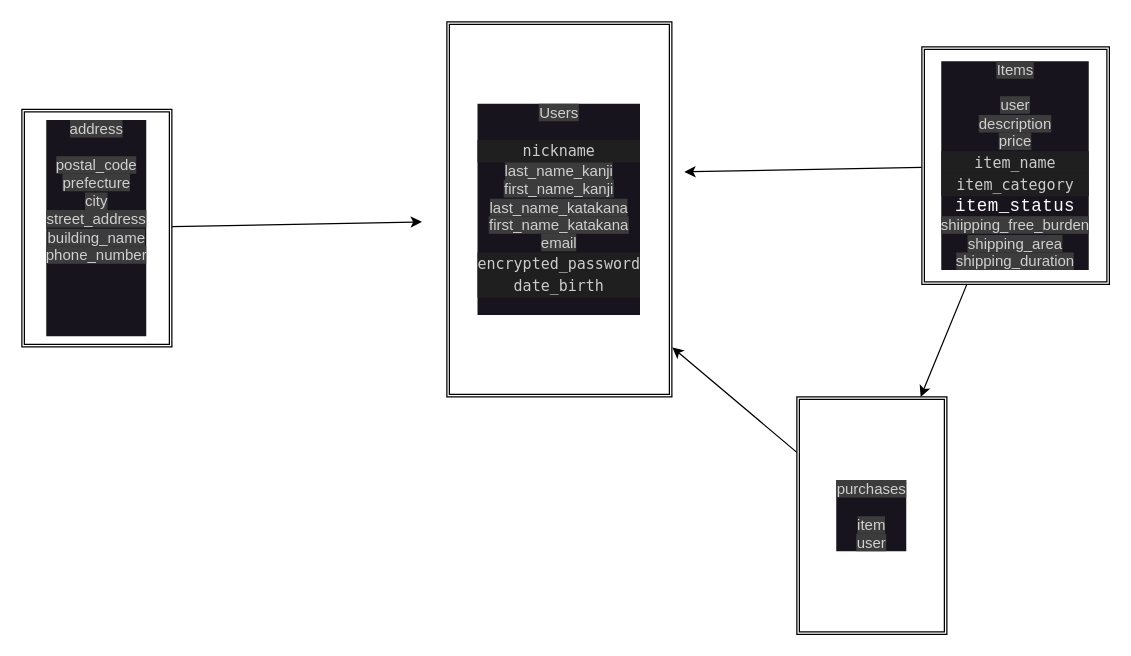
Above: ER.dio in Ebisawa1016/furima-40312 (draw.io), before the change. Source tidied: cells renumbered, new cells numbered last; positions are measured from the earlier drawing's top-left corner, leaving out a move shared by most shapes. Both pictures are drawn from the tidied source at 125%, with x=0, y=0 at pixel (21, 21).
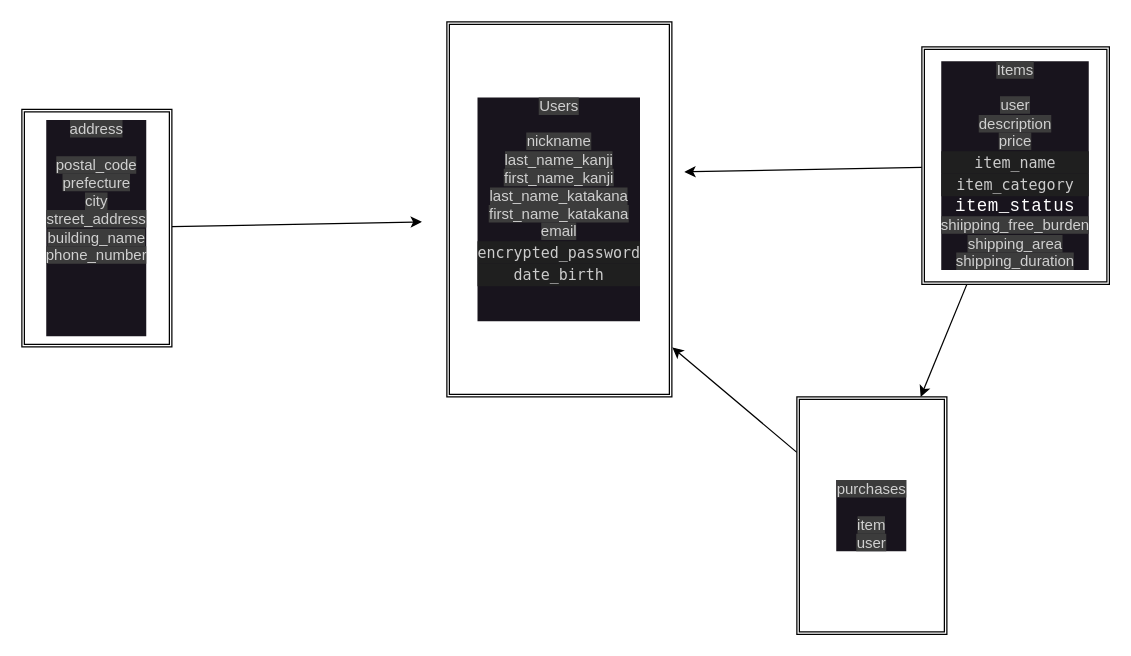
Above is the later version.

What changed in the source:
```diff
@@
 <mxGraphModel>
   <root>
     <mxCell id="0" />
     <mxCell id="1" parent="0" />
-    <mxCell id="2" value="&lt;font color=&quot;#d0d0d0&quot;&gt;&lt;span style=&quot;background-color: rgb(60, 60, 60);&quot;&gt;Users&lt;br&gt;&lt;br&gt;&lt;/span&gt;&lt;/font&gt;&lt;div style=&quot;color: rgb(204, 204, 204); background-color: rgb(31, 31, 31); font-family: Menlo, Monaco, &amp;quot;Courier New&amp;quot;, monospace; line-height: 18px;&quot;&gt;nickname&lt;/div&gt;&lt;font color=&quot;#d0d0d0&quot;&gt;&lt;span style=&quot;background-color: rgb(60, 60, 60);&quot;&gt;last_name_kanji&lt;br&gt;first_name_kanji&lt;br&gt;last_name_katakana&lt;br&gt;first_name_katakana&lt;br&gt;&lt;/span&gt;&lt;/font&gt;&lt;font color=&quot;#d0d0d0&quot;&gt;&lt;span style=&quot;background-color: rgb(60, 60, 60);&quot;&gt;email&lt;br&gt;&lt;/span&gt;&lt;/font&gt;&lt;div style=&quot;color: rgb(204, 204, 204); background-color: rgb(31, 31, 31); font-family: Menlo, Monaco, &amp;quot;Courier New&amp;quot;, monospace; line-height: 18px;&quot;&gt;encrypted_password&lt;/div&gt;&lt;div style=&quot;color: rgb(204, 204, 204); background-color: rgb(31, 31, 31); font-family: Menlo, Monaco, &amp;quot;Courier New&amp;quot;, monospace; line-height: 18px;&quot;&gt;&lt;div style=&quot;line-height: 18px;&quot;&gt;date_birth&lt;/div&gt;&lt;/div&gt;&lt;font color=&quot;#d0d0d0&quot;&gt;&lt;span style=&quot;background-color: rgb(60, 60, 60);&quot;&gt;&lt;br&gt;&lt;/span&gt;&lt;/font&gt;" style="shape=ext;double=1;rounded=0;whiteSpace=wrap;html=1;labelBackgroundColor=#18141D;" parent="1" vertex="1">
+    <mxCell id="2" value="&lt;font color=&quot;#d0d0d0&quot;&gt;&lt;span style=&quot;background-color: rgb(60, 60, 60);&quot;&gt;Users&lt;br&gt;&lt;br&gt;nickname&lt;br&gt;last_name_kanji&lt;br&gt;first_name_kanji&lt;br&gt;last_name_katakana&lt;br&gt;first_name_katakana&lt;br&gt;&lt;/span&gt;&lt;/font&gt;&lt;font color=&quot;#d0d0d0&quot;&gt;&lt;span style=&quot;background-color: rgb(60, 60, 60);&quot;&gt;email&lt;br&gt;&lt;/span&gt;&lt;/font&gt;&lt;div style=&quot;color: rgb(204, 204, 204); background-color: rgb(31, 31, 31); font-family: Menlo, Monaco, &amp;quot;Courier New&amp;quot;, monospace; line-height: 18px;&quot;&gt;encrypted_password&lt;/div&gt;&lt;div style=&quot;color: rgb(204, 204, 204); background-color: rgb(31, 31, 31); font-family: Menlo, Monaco, &amp;quot;Courier New&amp;quot;, monospace; line-height: 18px;&quot;&gt;&lt;div style=&quot;line-height: 18px;&quot;&gt;date_birth&lt;/div&gt;&lt;/div&gt;&lt;font color=&quot;#d0d0d0&quot;&gt;&lt;span style=&quot;background-color: rgb(60, 60, 60);&quot;&gt;&lt;br&gt;&lt;br&gt;&lt;/span&gt;&lt;/font&gt;" style="shape=ext;double=1;rounded=0;whiteSpace=wrap;html=1;labelBackgroundColor=#18141D;" parent="1" vertex="1">
       <mxGeometry x="340" width="180" height="300" as="geometry" />
     </mxCell>
     <mxCell id="3" style="edgeStyle=none;html=1;" parent="1" edge="1" source="5">
       <mxGeometry relative="1" as="geometry">
         <mxPoint x="530" y="120" as="targetPoint" />
       </mxGeometry>
     </mxCell>
     <mxCell id="4" style="edgeStyle=none;html=1;" parent="1" edge="1" source="5" target="9">
       <mxGeometry relative="1" as="geometry" />
     </mxCell>
     <mxCell id="5" value="&lt;font color=&quot;#d0d0d0&quot;&gt;&lt;span style=&quot;background-color: rgb(60, 60, 60);&quot;&gt;Items&lt;br&gt;&lt;br&gt;user&lt;br&gt;description&lt;br&gt;price&lt;br&gt;&lt;/span&gt;&lt;/font&gt;&lt;div style=&quot;color: rgb(204, 204, 204); background-color: rgb(31, 31, 31); font-family: Menlo, Monaco, &amp;quot;Courier New&amp;quot;, monospace; line-height: 18px;&quot;&gt;item_name&lt;/div&gt;&lt;div style=&quot;color: rgb(204, 204, 204); background-color: rgb(31, 31, 31); font-family: Menlo, Monaco, &amp;quot;Courier New&amp;quot;, monospace; line-height: 18px;&quot;&gt;item_category&lt;/div&gt;&lt;span style=&quot;font-family: monospace; font-size: 14px; letter-spacing: 0.32px; text-align: left;&quot;&gt;&lt;font color=&quot;#ffffff&quot;&gt;item_status&lt;br&gt;&lt;/font&gt;&lt;/span&gt;&lt;font color=&quot;#d0d0d0&quot;&gt;&lt;span style=&quot;background-color: rgb(60, 60, 60);&quot;&gt;shiipping_free_burden&lt;br&gt;shipping_area&lt;br&gt;shipping_duration&lt;br&gt;&lt;/span&gt;&lt;/font&gt;" style="shape=ext;double=1;rounded=0;whiteSpace=wrap;html=1;labelBackgroundColor=#18141D;" parent="1" vertex="1">
       <mxGeometry x="720" y="20" width="150" height="190" as="geometry" />
     </mxCell>
     <mxCell id="6" style="edgeStyle=none;html=1;" parent="1" edge="1" source="7">
       <mxGeometry relative="1" as="geometry">
         <mxPoint x="320" y="160" as="targetPoint" />
       </mxGeometry>
     </mxCell>
     <mxCell id="7" value="&lt;font color=&quot;#d0d0d0&quot;&gt;&lt;span style=&quot;background-color: rgb(60, 60, 60);&quot;&gt;address&lt;br&gt;&lt;br&gt;postal_code&lt;br&gt;prefecture&lt;br&gt;city&lt;br&gt;street_address&lt;br&gt;building_name&lt;br&gt;phone_number&lt;br&gt;&lt;br&gt;&lt;br&gt;&lt;br&gt;&lt;br&gt;&lt;/span&gt;&lt;/font&gt;" style="shape=ext;double=1;rounded=0;whiteSpace=wrap;html=1;labelBackgroundColor=#18141D;" parent="1" vertex="1">
       <mxGeometry y="70" width="120" height="190" as="geometry" />
     </mxCell>
     <mxCell id="8" style="edgeStyle=none;html=1;entryX=1.002;entryY=0.868;entryDx=0;entryDy=0;entryPerimeter=0;" parent="1" edge="1" source="9" target="2">
       <mxGeometry relative="1" as="geometry" />
     </mxCell>
     <mxCell id="9" value="&lt;font color=&quot;#d0d0d0&quot;&gt;&lt;span style=&quot;background-color: rgb(60, 60, 60);&quot;&gt;purchases&lt;br&gt;&lt;br&gt;item&lt;br&gt;user&lt;br&gt;&lt;/span&gt;&lt;/font&gt;" style="shape=ext;double=1;rounded=0;whiteSpace=wrap;html=1;labelBackgroundColor=#18141D;" parent="1" vertex="1">
       <mxGeometry x="620" y="300" width="120" height="190" as="geometry" />
     </mxCell>
   </root>
 </mxGraphModel>
```
